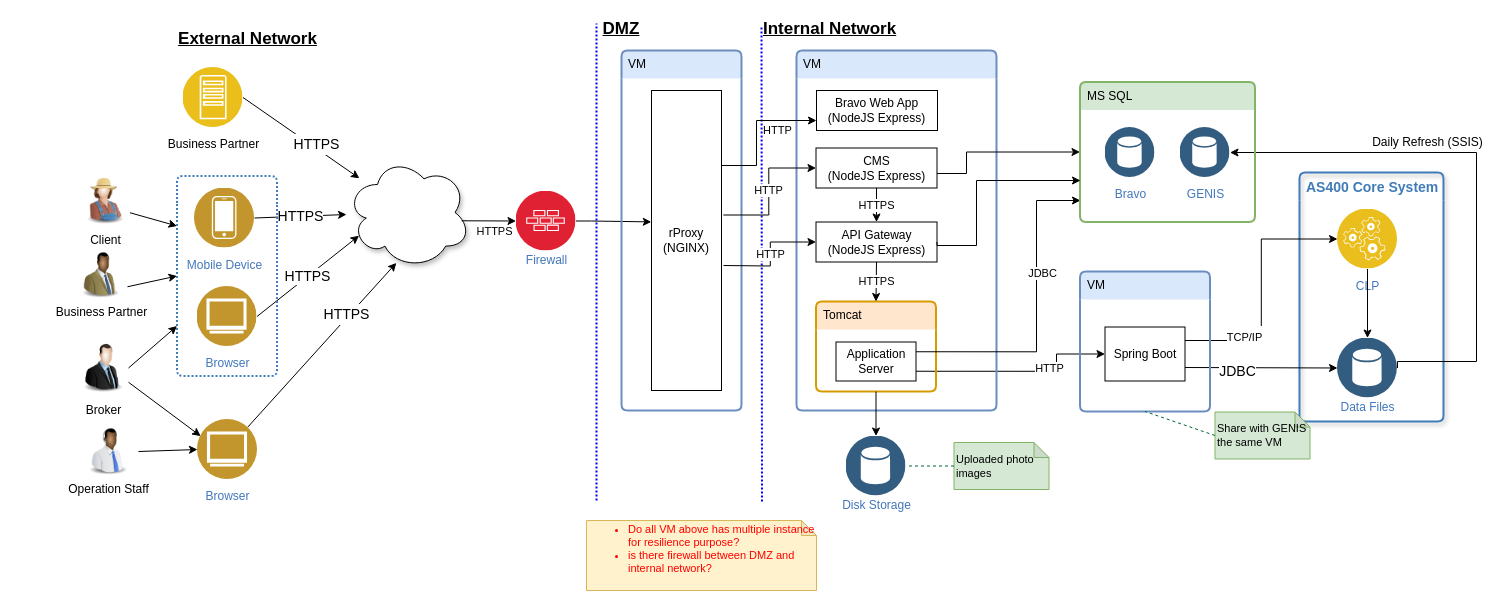
The draw.io diagram page "Physical Deployment" (2 of 2) of Bravo_Architecture (8).drawio in whalebig27/change-request-process-diagram, before the edit. Source tidied: cells renumbered, new cells numbered last; positions are measured from the earlier drawing's top-left corner, leaving out a move shared by most shapes. Both pictures are drawn from the tidied source at 100%, with x=0, y=0 at pixel (74, 19).
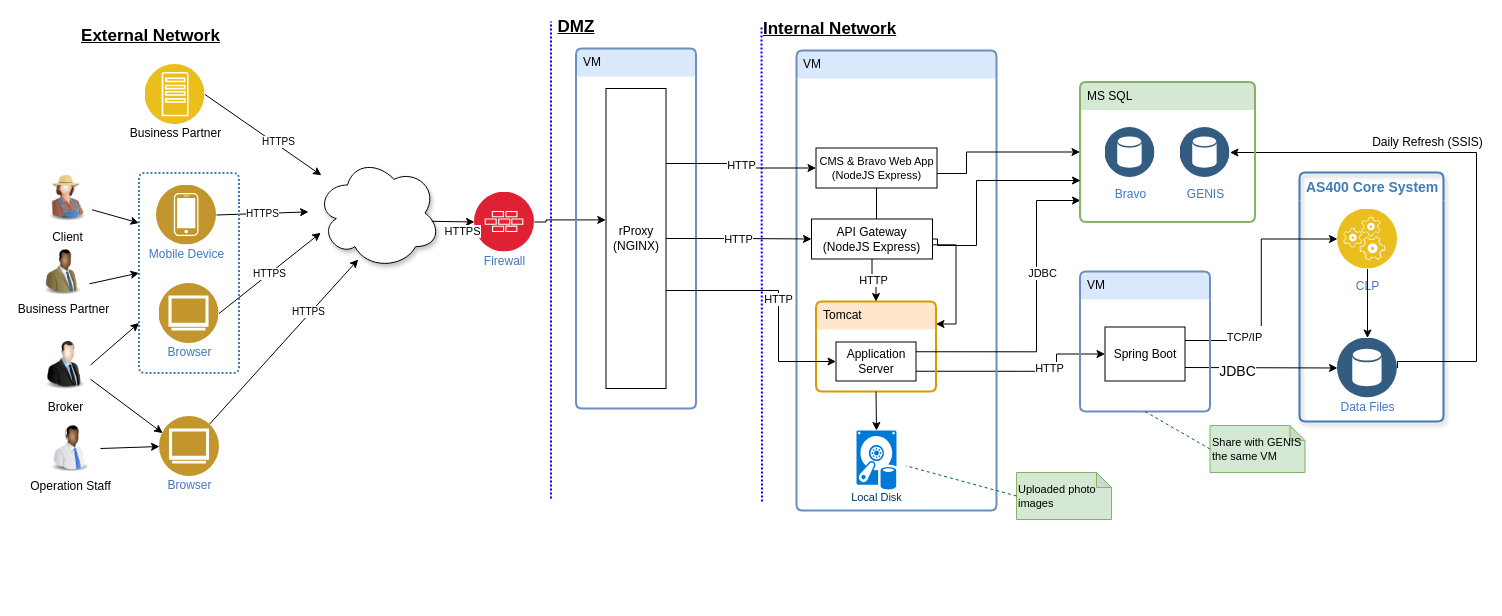
After the change.

The change refers to these unchanged cells:
```xml
<mxCell id="40" value="Tomcat" style="swimlane;fontStyle=0;horizontal=1;startSize=28;swimlaneLine=0;swimlaneFillColor=none;fillColor=#ffe6cc;rounded=1;whiteSpace=wrap;html=1;absoluteArcSize=1;arcSize=12;strokeColor=#d79b00;verticalAlign=top;align=left;spacingLeft=5;dashed=0;strokeWidth=2;" parent="38" vertex="1">
  <mxGeometry x="19.5" y="251" width="120" height="90" as="geometry" />
</mxCell>
<mxCell id="41" value="Application Server&lt;br&gt;" style="rounded=0;whiteSpace=wrap;html=1;" parent="40" vertex="1">
  <mxGeometry x="20" y="40.5" width="80" height="39" as="geometry" />
</mxCell>
```

Diff of the diagram source:
```diff
@@
-    <mxCell id="2" style="rounded=0;jettySize=auto;html=1;entryX=0.402;entryY=0.95;entryDx=0;entryDy=0;entryPerimeter=0;" parent="1" edge="1" source="4" target="54">
-      <mxGeometry relative="1" as="geometry" />
+    <mxCell id="2" style="rounded=0;jettySize=auto;html=1;entryX=0.402;entryY=0.95;entryDx=0;entryDy=0;entryPerimeter=0;" parent="1" edge="1" source="4">
+      <mxGeometry relative="1" as="geometry">
+        <mxPoint x="283.7" y="240" as="targetPoint" />
+      </mxGeometry>
     </mxCell>
-    <mxCell id="3" value="&lt;font style=&quot;font-size: 14px&quot;&gt;HTTPS&lt;/font&gt;" style="text;html=1;align=center;verticalAlign=middle;labelBackgroundColor=#ffffff;fontSize=17;" parent="2" vertex="1">
+    <mxCell id="3" value="&lt;font style=&quot;font-size: 10px;&quot;&gt;HTTPS&lt;/font&gt;" style="text;html=1;align=center;verticalAlign=middle;labelBackgroundColor=#ffffff;fontSize=10;" parent="2" vertex="1">
       <mxGeometry x="0.35" y="3" relative="1" as="geometry" />
     </mxCell>
-    <mxCell id="4" value="Browser" style="perimeter=ellipsePerimeter;html=1;align=center;shadow=0;dashed=0;fontColor=#4277BB;labelBackgroundColor=#ffffff;fontSize=12;spacingTop=3;image;image=img/lib/ibm/users/browser.svg;" parent="1" vertex="1">
-      <mxGeometry x="123" y="400" width="60" height="60" as="geometry" />
+    <mxCell id="4" value="Browser" style="perimeter=ellipsePerimeter;html=1;align=center;shadow=0;dashed=0;fontColor=#4277BB;labelBackgroundColor=#ffffff;fontSize=12;spacingTop=-5;image;image=img/lib/ibm/users/browser.svg;" parent="1" vertex="1">
+      <mxGeometry x="85" y="397" width="60" height="60" as="geometry" />
     </mxCell>
     <mxCell id="5" value="Broker" style="image;html=1;labelBackgroundColor=#ffffff;image=img/lib/clip_art/people/Suit_Man_128x128.png;" parent="1" vertex="1">
-      <mxGeometry x="4" y="320" width="50" height="57" as="geometry" />
+      <mxGeometry x="-34" y="317" width="50" height="57" as="geometry" />
     </mxCell>
     <mxCell id="6" value="Client" style="image;html=1;labelBackgroundColor=#ffffff;image=img/lib/clip_art/people/Farmer_Woman_128x128.png;" parent="1" vertex="1">
-      <mxGeometry x="5.5" y="153.5" width="50" height="53" as="geometry" />
+      <mxGeometry x="-32.5" y="150.5" width="50" height="53" as="geometry" />
     </mxCell>
     <mxCell id="7" value="Business Partner" style="image;html=1;labelBackgroundColor=#ffffff;image=img/lib/clip_art/people/Suit_Man_Green_Black_128x128.png;" parent="1" vertex="1">
-      <mxGeometry y="232" width="53" height="47" as="geometry" />
+      <mxGeometry x="-38" y="229" width="53" height="47" as="geometry" />
     </mxCell>
     <mxCell id="8" value="Operation Staff" style="image;html=1;labelBackgroundColor=#ffffff;image=img/lib/clip_art/people/Telesales_Man_Black_128x128.png;" parent="1" vertex="1">
-      <mxGeometry x="4" y="408" width="60" height="48" as="geometry" />
+      <mxGeometry x="-34" y="405" width="60" height="48" as="geometry" />
     </mxCell>
-    <mxCell id="9" value="&lt;font style=&quot;font-size: 12px&quot;&gt;&lt;font color=&quot;#000000&quot;&gt;Business Partner&lt;/font&gt;&lt;br&gt;&lt;/font&gt;" style="perimeter=ellipsePerimeter;html=1;align=center;shadow=0;dashed=0;fontColor=#4277BB;labelBackgroundColor=#ffffff;fontSize=12;spacingTop=3;image;image=img/lib/ibm/applications/app_server.svg;" parent="1" vertex="1">
-      <mxGeometry x="108.5" y="48" width="60" height="60" as="geometry" />
+    <mxCell id="9" value="&lt;font style=&quot;font-size: 12px&quot;&gt;&lt;font color=&quot;#000000&quot;&gt;Business Partner&lt;/font&gt;&lt;br&gt;&lt;/font&gt;" style="perimeter=ellipsePerimeter;html=1;align=center;shadow=0;dashed=0;fontColor=#4277BB;labelBackgroundColor=#ffffff;fontSize=12;spacingTop=-5;image;image=img/lib/ibm/applications/app_server.svg;" parent="1" vertex="1">
+      <mxGeometry x="70.5" y="45" width="60" height="60" as="geometry" />
     </mxCell>
-    <mxCell id="10" value="&lt;font style=&quot;font-size: 14px&quot;&gt;HTTPS&lt;/font&gt;" style="rounded=0;jettySize=auto;html=1;exitX=1;exitY=0.5;exitDx=0;exitDy=0;" parent="1" edge="1" source="25" target="54">
-      <mxGeometry relative="1" as="geometry" />
+    <mxCell id="10" value="&lt;font style=&quot;font-size: 10px;&quot;&gt;HTTPS&lt;/font&gt;" style="rounded=0;jettySize=auto;html=1;exitX=1;exitY=0.5;exitDx=0;exitDy=0;fontSize=10;" parent="1" edge="1" source="25">
+      <mxGeometry relative="1" as="geometry">
+        <mxPoint x="234.1" y="192.4" as="targetPoint" />
+      </mxGeometry>
     </mxCell>
-    <mxCell id="11" value="&lt;font style=&quot;font-size: 14px&quot;&gt;HTTPS&lt;/font&gt;" style="rounded=0;jettySize=auto;html=1;entryX=0.101;entryY=0.707;entryDx=0;entryDy=0;exitX=1;exitY=0.5;exitDx=0;exitDy=0;entryPerimeter=0;" parent="1" edge="1" source="26" target="54">
-      <mxGeometry relative="1" as="geometry" />
+    <mxCell id="11" value="&lt;font style=&quot;font-size: 10px;&quot;&gt;HTTPS&lt;/font&gt;" style="rounded=0;jettySize=auto;html=1;entryX=0.101;entryY=0.707;entryDx=0;entryDy=0;exitX=1;exitY=0.5;exitDx=0;exitDy=0;entryPerimeter=0;fontSize=10;" parent="1" edge="1" source="26">
+      <mxGeometry relative="1" as="geometry">
+        <mxPoint x="246.2" y="213.3" as="targetPoint" />
+      </mxGeometry>
     </mxCell>
@@
-    <mxCell id="20" style="rounded=0;jettySize=auto;html=1;exitX=1;exitY=0.5;exitDx=0;exitDy=0;" parent="1" edge="1" source="9" target="54">
-      <mxGeometry relative="1" as="geometry" />
+    <mxCell id="20" style="rounded=0;jettySize=auto;html=1;exitX=1;exitY=0.5;exitDx=0;exitDy=0;" parent="1" edge="1" source="9">
+      <mxGeometry relative="1" as="geometry">
+        <mxPoint x="246.9" y="155.8" as="targetPoint" />
+      </mxGeometry>
     </mxCell>
-    <mxCell id="21" value="&lt;font style=&quot;font-size: 14px&quot;&gt;HTTPS&lt;/font&gt;" style="text;html=1;align=center;verticalAlign=middle;labelBackgroundColor=#ffffff;fontSize=17;" parent="20" vertex="1">
+    <mxCell id="21" value="&lt;font style=&quot;font-size: 10px;&quot;&gt;HTTPS&lt;/font&gt;" style="text;html=1;align=center;verticalAlign=middle;labelBackgroundColor=#ffffff;fontSize=10;" parent="20" vertex="1">
       <mxGeometry x="0.22" y="3" relative="1" as="geometry">
         <mxPoint x="1" as="offset" />
       </mxGeometry>
     </mxCell>
@@
     <mxCell id="24" style="swimlane;fontStyle=0;horizontal=1;startSize=28;swimlaneLine=0;swimlaneFillColor=none;fillColor=none;rounded=1;whiteSpace=wrap;html=1;absoluteArcSize=1;arcSize=12;strokeColor=#417CB9;fontColor=#417CB9;verticalAlign=top;align=left;spacingLeft=5;dashed=1;strokeWidth=2;shadow=0;dashPattern=1 1;" parent="1" vertex="1">
-      <mxGeometry x="102.5" y="156.5" width="100" height="200" as="geometry" />
+      <mxGeometry x="64.5" y="153.5" width="100" height="200" as="geometry" />
     </mxCell>
-    <mxCell id="25" value="Mobile Device" style="perimeter=ellipsePerimeter;html=1;align=center;shadow=0;dashed=0;fontColor=#4277BB;labelBackgroundColor=#ffffff;fontSize=12;spacingTop=3;image;image=img/lib/ibm/users/device.svg;" parent="24" vertex="1">
+    <mxCell id="25" value="Mobile Device" style="perimeter=ellipsePerimeter;html=1;align=center;shadow=0;dashed=0;fontColor=#4277BB;labelBackgroundColor=#ffffff;fontSize=12;spacingTop=-5;image;image=img/lib/ibm/users/device.svg;" parent="24" vertex="1">
       <mxGeometry x="17.5" y="12" width="60" height="60" as="geometry" />
     </mxCell>
-    <mxCell id="26" value="Browser" style="perimeter=ellipsePerimeter;html=1;align=center;shadow=0;dashed=0;fontColor=#4277BB;labelBackgroundColor=#ffffff;fontSize=12;spacingTop=3;image;image=img/lib/ibm/users/browser.svg;" parent="24" vertex="1">
+    <mxCell id="26" value="Browser" style="perimeter=ellipsePerimeter;html=1;align=center;shadow=0;dashed=0;fontColor=#4277BB;labelBackgroundColor=#ffffff;fontSize=12;spacingTop=-5;image;image=img/lib/ibm/users/browser.svg;" parent="24" vertex="1">
       <mxGeometry x="20" y="110.5" width="60" height="60" as="geometry" />
     </mxCell>
@@
     <mxCell id="30" style="edgeStyle=orthogonalEdgeStyle;rounded=0;jettySize=auto;html=1;entryX=-0.003;entryY=0.438;entryDx=0;entryDy=0;exitX=1;exitY=0.5;exitDx=0;exitDy=0;entryPerimeter=0;" parent="1" edge="1" source="31" target="35">
       <mxGeometry relative="1" as="geometry">
         <Array as="points">
-          <mxPoint x="517" y="202" />
+          <mxPoint x="471.5" y="200" />
         </Array>
       </mxGeometry>
     </mxCell>
     <mxCell id="31" value="Firewall" style="perimeter=ellipsePerimeter;html=1;align=center;shadow=0;dashed=0;fontColor=#4277BB;labelBackgroundColor=#ffffff;fontSize=12;spacingTop=-5;image;image=img/lib/ibm/security/firewall.svg;dashPattern=1 1;strokeColor=#0000CC;strokeWidth=2;" parent="1" vertex="1">
-      <mxGeometry x="441.5" y="171.5" width="60" height="60" as="geometry" />
+      <mxGeometry x="400" y="172.5" width="60" height="60" as="geometry" />
     </mxCell>
     <mxCell id="32" style="endArrow=none;dashed=1;html=1;strokeWidth=2;dashPattern=1 1;strokeColor=#0000FF;" parent="1" edge="1">
       <mxGeometry relative="1" as="geometry">
-        <mxPoint x="522" y="481" as="sourcePoint" />
-        <mxPoint x="522" y="4" as="targetPoint" />
+        <mxPoint x="476.5" y="479" as="sourcePoint" />
+        <mxPoint x="476.5" y="2" as="targetPoint" />
       </mxGeometry>
     </mxCell>
@@
     <mxCell id="34" value="VM" style="swimlane;fontStyle=0;horizontal=1;startSize=28;swimlaneLine=0;swimlaneFillColor=none;fillColor=#dae8fc;rounded=1;whiteSpace=wrap;html=1;absoluteArcSize=1;arcSize=12;strokeColor=#6c8ebf;verticalAlign=top;align=left;spacingLeft=5;dashed=0;strokeWidth=2;" parent="1" vertex="1">
-      <mxGeometry x="547" y="31" width="120" height="360" as="geometry" />
+      <mxGeometry x="501.5" y="29" width="120" height="360" as="geometry" />
     </mxCell>
     <mxCell id="35" value="&lt;span&gt;rProxy&lt;/span&gt;&lt;br&gt;&lt;span&gt;(NGINX)&lt;/span&gt;" style="rounded=0;whiteSpace=wrap;html=1;" parent="34" vertex="1">
-      <mxGeometry x="30" y="40" width="70" height="300" as="geometry" />
+      <mxGeometry x="30" y="40" width="60" height="300" as="geometry" />
     </mxCell>
@@
     <mxCell id="38" value="VM" style="swimlane;fontStyle=0;horizontal=1;startSize=28;swimlaneLine=0;swimlaneFillColor=none;fillColor=#dae8fc;rounded=1;whiteSpace=wrap;html=1;absoluteArcSize=1;arcSize=12;strokeColor=#6c8ebf;verticalAlign=top;align=left;spacingLeft=5;dashed=0;strokeWidth=2;shadow=0;dashPattern=1 1;" parent="1" vertex="1">
-      <mxGeometry x="722" y="31" width="200" height="360" as="geometry" />
+      <mxGeometry x="722" y="31" width="200" height="460" as="geometry" />
     </mxCell>
-    <mxCell id="39" value="&lt;span&gt;API Gateway&lt;/span&gt;&lt;br&gt;(NodeJS Express)&lt;br&gt;" style="rounded=0;whiteSpace=wrap;html=1;" parent="38" vertex="1">
-      <mxGeometry x="19.5" y="171.5" width="121" height="40" as="geometry" />
-    </mxCell>
@@
+    <mxCell id="74" style="edgeStyle=orthogonalEdgeStyle;rounded=0;jettySize=auto;html=1;entryX=1;entryY=0.25;entryDx=0;entryDy=0;fontSize=11;fontColor=#FF0000;" parent="38" edge="1" source="45" target="40">
+      <mxGeometry relative="1" as="geometry" />
+    </mxCell>
+    <mxCell id="45" value="CMS &amp;amp; Bravo Web App&lt;br style=&quot;font-size: 11px;&quot;&gt;(NodeJS Express)&lt;br style=&quot;font-size: 11px;&quot;&gt;" style="rounded=0;whiteSpace=wrap;html=1;fontSize=11;" parent="38" vertex="1">
+      <mxGeometry x="19.5" y="97.5" width="121" height="40" as="geometry" />
+    </mxCell>
+    <mxCell id="39" value="&lt;span&gt;API Gateway&lt;/span&gt;&lt;br&gt;(NodeJS Express)&lt;br&gt;" style="rounded=0;whiteSpace=wrap;html=1;" parent="38" vertex="1">
+      <mxGeometry x="15" y="168.5" width="121" height="40" as="geometry" />
+    </mxCell>
-    <mxCell id="42" value="&lt;font style=&quot;font-size: 11px;&quot;&gt;HTTPS&lt;/font&gt;" style="edgeStyle=orthogonalEdgeStyle;rounded=0;jettySize=auto;html=1;entryX=0.5;entryY=0;entryDx=0;entryDy=0;exitX=0.5;exitY=1;exitDx=0;exitDy=0;fontSize=11;" parent="38" edge="1" source="39" target="40">
+    <mxCell id="42" value="&lt;font style=&quot;font-size: 11px&quot;&gt;HTTP&lt;/font&gt;" style="edgeStyle=orthogonalEdgeStyle;rounded=0;jettySize=auto;html=1;entryX=0.5;entryY=0;entryDx=0;entryDy=0;exitX=0.5;exitY=1;exitDx=0;exitDy=0;fontSize=11;" parent="38" edge="1" source="39" target="40">
       <mxGeometry relative="1" as="geometry" />
     </mxCell>
-    <mxCell id="43" value="Bravo Web App&lt;br&gt;(NodeJS Express)&lt;br&gt;" style="rounded=0;whiteSpace=wrap;html=1;" parent="38" vertex="1">
-      <mxGeometry x="20" y="40" width="121" height="40" as="geometry" />
-    </mxCell>
-    <mxCell id="44" value="HTTPS" style="edgeStyle=orthogonalEdgeStyle;rounded=0;jettySize=auto;html=1;exitX=0.5;exitY=1;exitDx=0;exitDy=0;entryX=0.5;entryY=0;entryDx=0;entryDy=0;" parent="38" edge="1" source="45" target="39">
-      <mxGeometry relative="1" as="geometry" />
-    </mxCell>
-    <mxCell id="45" value="CMS&lt;br&gt;(NodeJS Express)&lt;br&gt;" style="rounded=0;whiteSpace=wrap;html=1;" parent="38" vertex="1">
-      <mxGeometry x="19.5" y="97.5" width="121" height="40" as="geometry" />
-    </mxCell>
     <mxCell id="46" value="&lt;font style=&quot;font-size: 17px;&quot;&gt;DMZ&lt;/font&gt;" style="text;html=1;strokeColor=none;fillColor=none;align=center;verticalAlign=middle;whiteSpace=wrap;rounded=0;fontSize=17;fontStyle=5;" parent="1" vertex="1">
-      <mxGeometry x="527" width="40" height="20" as="geometry" />
+      <mxGeometry x="481.5" y="-2" width="40" height="20" as="geometry" />
     </mxCell>
@@
     <mxCell id="54" style="ellipse;shape=cloud;whiteSpace=wrap;html=1;shadow=1;" parent="1" vertex="1">
-      <mxGeometry x="272" y="137" width="124" height="112" as="geometry" />
+      <mxGeometry x="242" y="137.5" width="124" height="112" as="geometry" />
     </mxCell>
@@
     <mxCell id="57" value="&lt;font style=&quot;font-size: 17px;&quot;&gt;External Network&lt;/font&gt;" style="text;html=1;strokeColor=none;fillColor=none;align=center;verticalAlign=middle;whiteSpace=wrap;rounded=0;fontSize=17;fontStyle=5;" parent="1" vertex="1">
-      <mxGeometry x="69" y="10" width="209" height="20" as="geometry" />
+      <mxGeometry x="-28" y="7" width="209" height="20" as="geometry" />
     </mxCell>
-    <mxCell id="58" value="Disk Storage" style="perimeter=ellipsePerimeter;html=1;align=center;shadow=0;dashed=0;fontColor=#4277BB;labelBackgroundColor=#ffffff;fontSize=12;spacingTop=-5;image;image=img/lib/ibm/data/data_services.svg;" parent="1" vertex="1">
-      <mxGeometry x="771.5" y="416.5" width="60" height="60" as="geometry" />
-    </mxCell>
-    <mxCell id="59" style="edgeStyle=orthogonalEdgeStyle;rounded=0;jettySize=auto;html=1;exitX=0.5;exitY=1;exitDx=0;exitDy=0;entryX=0.5;entryY=0;entryDx=0;entryDy=0;" parent="1" edge="1" source="40" target="58">
+    <mxCell id="59" style="edgeStyle=orthogonalEdgeStyle;rounded=0;jettySize=auto;html=1;exitX=0.5;exitY=1;exitDx=0;exitDy=0;entryX=0.5;entryY=0;entryDx=0;entryDy=0;entryPerimeter=0;" parent="1" edge="1" source="40" target="75">
       <mxGeometry relative="1" as="geometry" />
     </mxCell>
@@
     <mxCell id="64" value="Share with GENIS the same VM" style="shape=note;whiteSpace=wrap;html=1;backgroundOutline=1;darkOpacity=0.05;size=15;fillColor=#d5e8d4;strokeColor=#82b366;fontSize=11;align=left;" parent="1" vertex="1">
-      <mxGeometry x="1140.5" y="392.5" width="95" height="47" as="geometry" />
+      <mxGeometry x="1135.5" y="406" width="95" height="47" as="geometry" />
     </mxCell>
@@
     <mxCell id="66" value="Uploaded photo images" style="shape=note;whiteSpace=wrap;html=1;backgroundOutline=1;darkOpacity=0.05;size=15;fillColor=#d5e8d4;strokeColor=#82b366;fontSize=11;align=left;" parent="1" vertex="1">
-      <mxGeometry x="879.5" y="423" width="95" height="47" as="geometry" />
+      <mxGeometry x="942" y="453" width="95" height="47" as="geometry" />
     </mxCell>
-    <mxCell id="67" style="endArrow=none;dashed=1;html=1;fontSize=11;entryX=1;entryY=0.5;entryDx=0;entryDy=0;exitX=0;exitY=0.5;exitDx=0;exitDy=0;exitPerimeter=0;strokeColor=#006633;" parent="1" edge="1" source="66" target="58">
-      <mxGeometry relative="1" as="geometry" />
+    <mxCell id="67" style="endArrow=none;dashed=1;html=1;fontSize=11;entryX=1;entryY=0.5;entryDx=0;entryDy=0;exitX=0;exitY=0.5;exitDx=0;exitDy=0;exitPerimeter=0;strokeColor=#006633;" parent="1" edge="1" source="66">
+      <mxGeometry relative="1" as="geometry">
+        <mxPoint x="831.5" y="446.3" as="targetPoint" />
+      </mxGeometry>
     </mxCell>
-    <mxCell id="68" value="HTTP" style="endArrow=classic;html=1;entryX=0;entryY=0.5;entryDx=0;entryDy=0;rounded=0;edgeStyle=orthogonalEdgeStyle;" parent="1" edge="1" target="39">
-      <mxGeometry relative="1" as="geometry">
-        <mxPoint x="649" y="246" as="sourcePoint" />
-      </mxGeometry>
+    <mxCell id="68" value="HTTP" style="endArrow=classic;html=1;entryX=0;entryY=0.5;entryDx=0;entryDy=0;rounded=0;edgeStyle=orthogonalEdgeStyle;exitX=1;exitY=0.5;exitDx=0;exitDy=0;" parent="1" edge="1" source="35" target="39">
+      <mxGeometry relative="1" as="geometry" />
     </mxCell>
-    <mxCell id="69" value="HTTP" style="endArrow=classic;html=1;entryX=0;entryY=0.5;entryDx=0;entryDy=0;edgeStyle=orthogonalEdgeStyle;rounded=0;exitX=1.026;exitY=0.415;exitDx=0;exitDy=0;exitPerimeter=0;" parent="1" edge="1" source="35" target="45">
+    <mxCell id="69" value="HTTP" style="endArrow=classic;html=1;entryX=0;entryY=0.5;entryDx=0;entryDy=0;edgeStyle=orthogonalEdgeStyle;rounded=0;exitX=1;exitY=0.25;exitDx=0;exitDy=0;" parent="1" edge="1" source="35" target="45">
       <mxGeometry relative="1" as="geometry" />
     </mxCell>
-    <mxCell id="70" style="endArrow=classic;html=1;entryX=0;entryY=0.75;entryDx=0;entryDy=0;exitX=1;exitY=0.25;exitDx=0;exitDy=0;edgeStyle=orthogonalEdgeStyle;rounded=0;" parent="1" edge="1" source="35" target="43">
-      <mxGeometry relative="1" as="geometry">
-        <Array as="points">
-          <mxPoint x="682" y="146" />
-          <mxPoint x="682" y="101" />
-        </Array>
-      </mxGeometry>
-    </mxCell>
@@
-    <mxCell id="72" value="HTTP" style="text;html=1;align=left;verticalAlign=top;spacingTop=-4;fontSize=11;" parent="1" vertex="1">
-      <mxGeometry x="687" y="102" width="50" height="20" as="geometry" />
+    <mxCell id="72" value="HTTP" style="endArrow=classic;html=1;entryX=0;entryY=0.5;entryDx=0;entryDy=0;rounded=0;edgeStyle=orthogonalEdgeStyle;" parent="1" edge="1" source="35" target="41">
+      <mxGeometry relative="1" as="geometry">
+        <Array as="points">
+          <mxPoint x="704" y="271" />
+          <mxPoint x="704" y="342" />
+        </Array>
+      </mxGeometry>
     </mxCell>
-    <mxCell id="73" value="&lt;ul&gt;&lt;li&gt;Do all VM above has multiple instance for resilience purpose?&lt;/li&gt;&lt;li&gt;is there firewall between DMZ and internal network?&lt;/li&gt;&lt;/ul&gt;&lt;br&gt;" style="shape=note;whiteSpace=wrap;html=1;backgroundOutline=1;darkOpacity=0.05;size=15;fillColor=#fff2cc;strokeColor=#d6b656;fontSize=11;align=left;fontColor=#FF0000;" parent="1" vertex="1">
-      <mxGeometry x="512" y="501" width="230" height="70" as="geometry" />
-    </mxCell>
+    <mxCell id="75" value="&lt;font color=&quot;#003366&quot;&gt;Local Disk&lt;/font&gt;" style="shadow=0;dashed=0;html=1;strokeColor=none;fillColor=#0079D6;labelPosition=center;verticalLabelPosition=bottom;verticalAlign=top;align=center;shape=mxgraph.azure.vhd_data_disk;fontSize=11;fontColor=#FF0000;spacingTop=-5;" parent="1" vertex="1">
+      <mxGeometry x="782" y="411" width="40" height="59" as="geometry" />
+    </mxCell>
```
